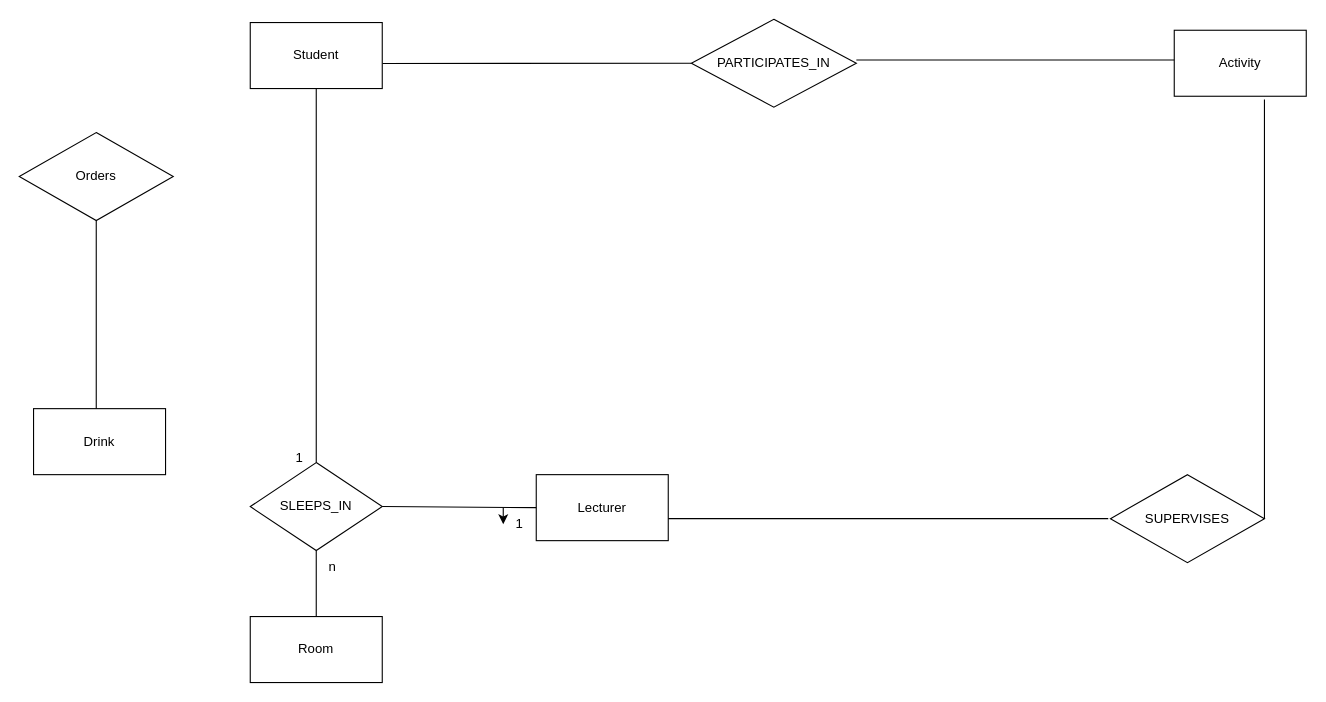
Above: DatabasesERDdiagram.drawio in tnb1604/DatabasesProject (draw.io), before the change. Source tidied: cells renumbered, new cells numbered last; positions are measured from the earlier drawing's top-left corner, leaving out a move shared by most shapes. Both pictures are drawn from the tidied source at 110%, with x=0, y=0 at pixel (19, 19).
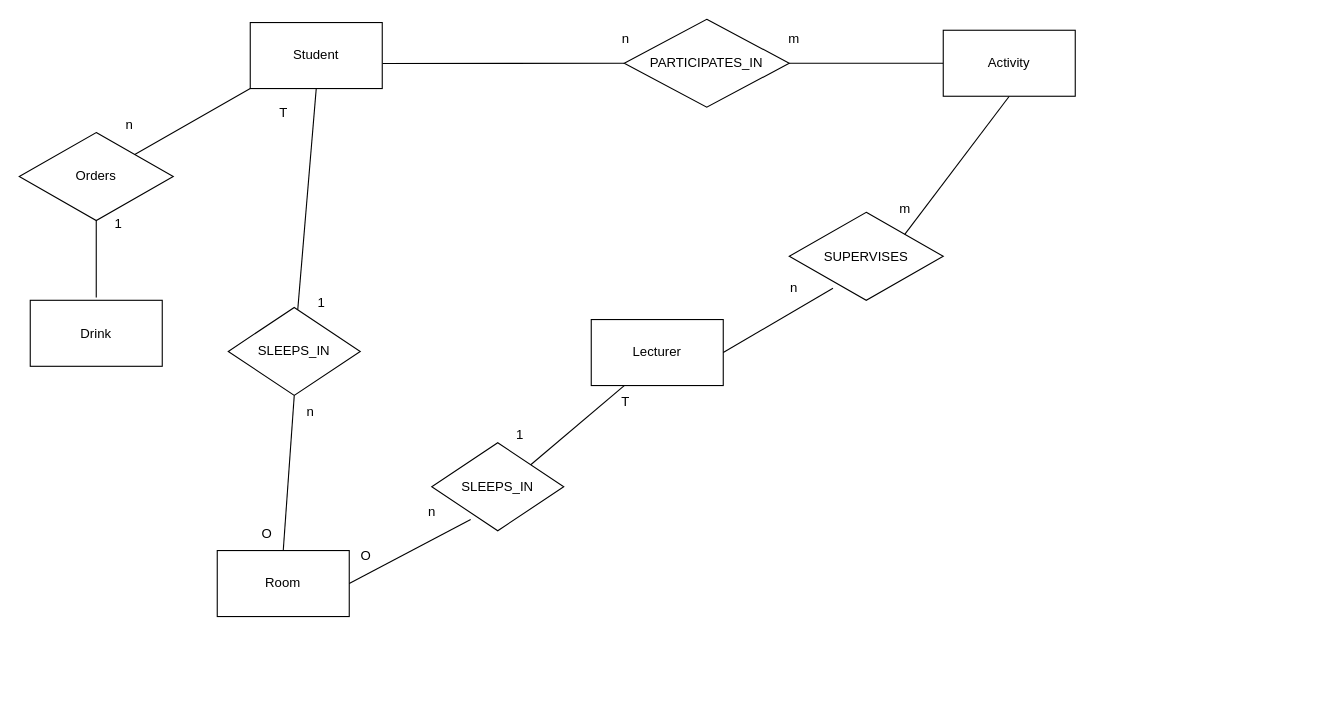
The same diagram, later.

Unchanged cells that the change refers to:
```xml
<mxCell id="2" value="Student" style="rounded=0;whiteSpace=wrap;html=1;" parent="1" vertex="1">
  <mxGeometry x="210" y="3" width="120" height="60" as="geometry" />
</mxCell>
<mxCell id="13" value="Orders" style="rhombus;whiteSpace=wrap;html=1;" parent="1" vertex="1">
  <mxGeometry y="103" width="140" height="80" as="geometry" />
</mxCell>
```

Change to the diagram source:
```diff
@@
-    <mxCell id="3" value="Activity" style="rounded=0;whiteSpace=wrap;html=1;" parent="1" vertex="1">
-      <mxGeometry x="1050" y="10" width="120" height="60" as="geometry" />
-    </mxCell>
     <mxCell id="4" value="Room" style="rounded=0;whiteSpace=wrap;html=1;" parent="1" vertex="1">
-      <mxGeometry x="210" y="543" width="120" height="60" as="geometry" />
+      <mxGeometry x="180" y="483" width="120" height="60" as="geometry" />
     </mxCell>
     <mxCell id="5" value="Drink" style="rounded=0;whiteSpace=wrap;html=1;" parent="1" vertex="1">
-      <mxGeometry x="13" y="354" width="120" height="60" as="geometry" />
+      <mxGeometry x="10" y="255.5" width="120" height="60" as="geometry" />
     </mxCell>
     <mxCell id="6" value="Lecturer" style="rounded=0;whiteSpace=wrap;html=1;" parent="1" vertex="1">
-      <mxGeometry x="470" y="414" width="120" height="60" as="geometry" />
+      <mxGeometry x="520" y="273" width="120" height="60" as="geometry" />
     </mxCell>
     <mxCell id="7" value="SUPERVISES" style="rhombus;whiteSpace=wrap;html=1;" parent="1" vertex="1">
-      <mxGeometry x="992" y="414" width="140" height="80" as="geometry" />
+      <mxGeometry x="700" y="175.5" width="140" height="80" as="geometry" />
     </mxCell>
-    <mxCell id="8" style="endArrow=none;html=1;rounded=0;entryX=1;entryY=0.5;entryDx=0;entryDy=0;" parent="1" edge="1" target="7">
-      <mxGeometry relative="1" as="geometry">
-        <mxPoint x="1132" y="73" as="sourcePoint" />
-      </mxGeometry>
+    <mxCell id="8" style="endArrow=none;html=1;rounded=0;entryX=1;entryY=0;entryDx=0;entryDy=0;exitX=0.5;exitY=1;exitDx=0;exitDy=0;" parent="1" edge="1" source="3" target="7">
+      <mxGeometry relative="1" as="geometry" />
     </mxCell>
     <mxCell id="9" value="SLEEPS_IN" style="rhombus;whiteSpace=wrap;html=1;" parent="1" vertex="1">
-      <mxGeometry x="210" y="403" width="120" height="80" as="geometry" />
+      <mxGeometry x="190" y="262" width="120" height="80" as="geometry" />
     </mxCell>
@@
-    <mxCell id="11" style="endArrow=none;html=1;rounded=0;entryX=0;entryY=0.5;entryDx=0;entryDy=0;exitX=1;exitY=0.5;exitDx=0;exitDy=0;" parent="1" edge="1" source="9" target="6">
+    <mxCell id="11" style="endArrow=none;html=1;rounded=0;entryX=0.25;entryY=1;entryDx=0;entryDy=0;exitX=1;exitY=0;exitDx=0;exitDy=0;" parent="1" edge="1" source="31" target="6">
       <mxGeometry relative="1" as="geometry" />
     </mxCell>
@@
     <mxCell id="14" style="endArrow=none;html=1;rounded=0;exitX=0.5;exitY=1;exitDx=0;exitDy=0;" parent="1" edge="1" source="13">
       <mxGeometry relative="1" as="geometry">
-        <mxPoint x="70" y="354" as="targetPoint" />
+        <mxPoint x="70" y="253" as="targetPoint" />
       </mxGeometry>
     </mxCell>
     <mxCell id="15" value="n" style="text;html=1;align=center;verticalAlign=middle;whiteSpace=wrap;rounded=0;" parent="1" vertex="1">
-      <mxGeometry x="270" y="483" width="30" height="30" as="geometry" />
+      <mxGeometry x="250" y="342" width="30" height="30" as="geometry" />
     </mxCell>
     <mxCell id="16" value="1" style="text;html=1;align=center;verticalAlign=middle;whiteSpace=wrap;rounded=0;" parent="1" vertex="1">
-      <mxGeometry x="240" y="384" width="30" height="30" as="geometry" />
+      <mxGeometry x="260" y="243" width="30" height="30" as="geometry" />
     </mxCell>
-    <mxCell id="17" value="1" style="text;html=1;align=center;verticalAlign=middle;whiteSpace=wrap;rounded=0;" parent="1" vertex="1">
-      <mxGeometry x="440" y="444" width="30" height="30" as="geometry" />
-    </mxCell>
@@
     <mxCell id="19" value="PARTICIPATES_IN" style="rhombus;whiteSpace=wrap;html=1;" parent="1" vertex="1">
-      <mxGeometry x="611" width="150" height="80" as="geometry" />
+      <mxGeometry x="550" width="150" height="80" as="geometry" />
     </mxCell>
-    <mxCell id="20" style="endArrow=none;html=1;rounded=0;entryX=0;entryY=0.5;entryDx=0;entryDy=0;exitX=1;exitY=0.5;exitDx=0;exitDy=0;" parent="1" edge="1">
-      <mxGeometry relative="1" as="geometry">
-        <mxPoint x="761" y="37" as="sourcePoint" />
-        <mxPoint x="1050" y="37" as="targetPoint" />
-      </mxGeometry>
-    </mxCell>
-    <mxCell id="21" style="edgeStyle=orthogonalEdgeStyle;rounded=0;orthogonalLoop=1;jettySize=auto;html=1;exitX=0;exitY=0;exitDx=0;exitDy=0;entryX=0;entryY=0.5;entryDx=0;entryDy=0;" parent="1" edge="1" source="17" target="17">
-      <mxGeometry relative="1" as="geometry" />
-    </mxCell>
-    <mxCell id="22" style="endArrow=none;html=1;rounded=0;exitX=1;exitY=0.5;exitDx=0;exitDy=0;" parent="1" edge="1">
-      <mxGeometry relative="1" as="geometry">
-        <mxPoint x="590" y="454" as="sourcePoint" />
-        <mxPoint x="990" y="454" as="targetPoint" />
-      </mxGeometry>
+    <mxCell id="22" style="endArrow=none;html=1;rounded=0;exitX=1;exitY=0.5;exitDx=0;exitDy=0;entryX=0.284;entryY=0.864;entryDx=0;entryDy=0;entryPerimeter=0;" parent="1" edge="1" source="6" target="7">
+      <mxGeometry relative="1" as="geometry" />
     </mxCell>
+    <mxCell id="23" style="endArrow=none;html=1;rounded=0;entryX=0;entryY=1;entryDx=0;entryDy=0;exitX=1;exitY=0;exitDx=0;exitDy=0;" parent="1" edge="1" source="13" target="2">
+      <mxGeometry relative="1" as="geometry" />
+    </mxCell>
+    <mxCell id="24" value="n" style="text;html=1;align=center;verticalAlign=middle;strokeColor=none;fillColor=none;" parent="1" vertex="1">
+      <mxGeometry x="536" y="3" width="30" height="30" as="geometry" />
+    </mxCell>
+    <mxCell id="25" value="m" style="text;html=1;align=center;verticalAlign=middle;strokeColor=none;fillColor=none;" parent="1" vertex="1">
+      <mxGeometry x="689" y="3" width="30" height="30" as="geometry" />
+    </mxCell>
+    <mxCell id="26" style="endArrow=none;html=1;rounded=0;entryX=0;entryY=0.5;entryDx=0;entryDy=0;exitX=1;exitY=0.5;exitDx=0;exitDy=0;" parent="1" edge="1" source="19" target="3">
+      <mxGeometry relative="1" as="geometry" />
+    </mxCell>
+    <mxCell id="3" value="Activity" style="rounded=0;whiteSpace=wrap;html=1;" parent="1" vertex="1">
+      <mxGeometry x="840" y="10" width="120" height="60" as="geometry" />
+    </mxCell>
+    <mxCell id="27" value="m" style="text;html=1;align=center;verticalAlign=middle;strokeColor=none;fillColor=none;" parent="1" vertex="1">
+      <mxGeometry x="790" y="158" width="30" height="30" as="geometry" />
+    </mxCell>
+    <mxCell id="28" value="n" style="text;html=1;align=center;verticalAlign=middle;strokeColor=none;fillColor=none;" parent="1" vertex="1">
+      <mxGeometry x="689" y="228.5" width="30" height="30" as="geometry" />
+    </mxCell>
+    <mxCell id="29" value="1" style="text;html=1;align=center;verticalAlign=middle;strokeColor=none;fillColor=none;" parent="1" vertex="1">
+      <mxGeometry x="75" y="171" width="30" height="30" as="geometry" />
+    </mxCell>
+    <mxCell id="30" value="n" style="text;html=1;align=center;verticalAlign=middle;strokeColor=none;fillColor=none;" parent="1" vertex="1">
+      <mxGeometry x="85" y="81" width="30" height="30" as="geometry" />
+    </mxCell>
+    <mxCell id="31" value="SLEEPS_IN" style="rhombus;whiteSpace=wrap;html=1;" parent="1" vertex="1">
+      <mxGeometry x="375" y="385" width="120" height="80" as="geometry" />
+    </mxCell>
+    <mxCell id="32" style="endArrow=none;html=1;rounded=0;exitX=1;exitY=0.5;exitDx=0;exitDy=0;entryX=0.295;entryY=0.873;entryDx=0;entryDy=0;entryPerimeter=0;" parent="1" edge="1" source="4" target="31">
+      <mxGeometry relative="1" as="geometry" />
+    </mxCell>
+    <mxCell id="33" value="n" style="text;html=1;align=center;verticalAlign=middle;strokeColor=none;fillColor=none;" parent="1" vertex="1">
+      <mxGeometry x="360" y="433" width="30" height="30" as="geometry" />
+    </mxCell>
+    <mxCell id="34" value="1" style="text;html=1;align=center;verticalAlign=middle;strokeColor=none;fillColor=none;" parent="1" vertex="1">
+      <mxGeometry x="440" y="363" width="30" height="30" as="geometry" />
+    </mxCell>
+    <mxCell id="35" value="T" style="text;html=1;align=center;verticalAlign=middle;strokeColor=none;fillColor=none;" parent="1" vertex="1">
+      <mxGeometry x="225" y="70" width="30" height="30" as="geometry" />
+    </mxCell>
+    <mxCell id="36" value="O" style="text;html=1;align=center;verticalAlign=middle;strokeColor=none;fillColor=none;" parent="1" vertex="1">
+      <mxGeometry x="210" y="453" width="30" height="30" as="geometry" />
+    </mxCell>
+    <mxCell id="37" value="O" style="text;html=1;align=center;verticalAlign=middle;strokeColor=none;fillColor=none;" parent="1" vertex="1">
+      <mxGeometry x="300" y="473" width="30" height="30" as="geometry" />
+    </mxCell>
+    <mxCell id="38" value="T" style="text;html=1;align=center;verticalAlign=middle;strokeColor=none;fillColor=none;" parent="1" vertex="1">
+      <mxGeometry x="536" y="333" width="30" height="30" as="geometry" />
+    </mxCell>
```
